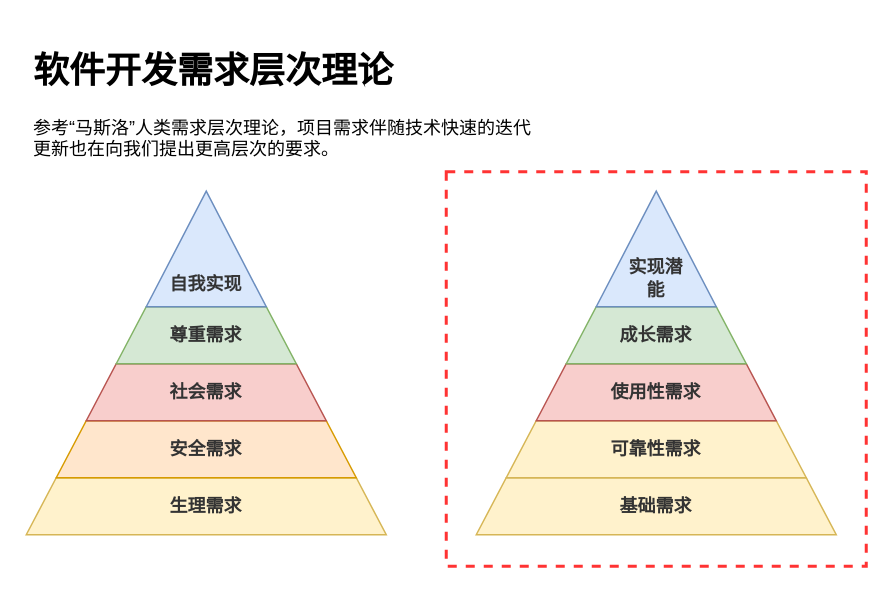
Above: 低代码—用户需求.drawio in tangyaosimida/love (draw.io), before the change. Source tidied: cells renumbered, new cells numbered last; positions are measured from the earlier drawing's top-left corner, leaving out a move shared by most shapes. Both pictures are drawn from the tidied source at 150%, with x=0, y=0 at pixel (26, 40).
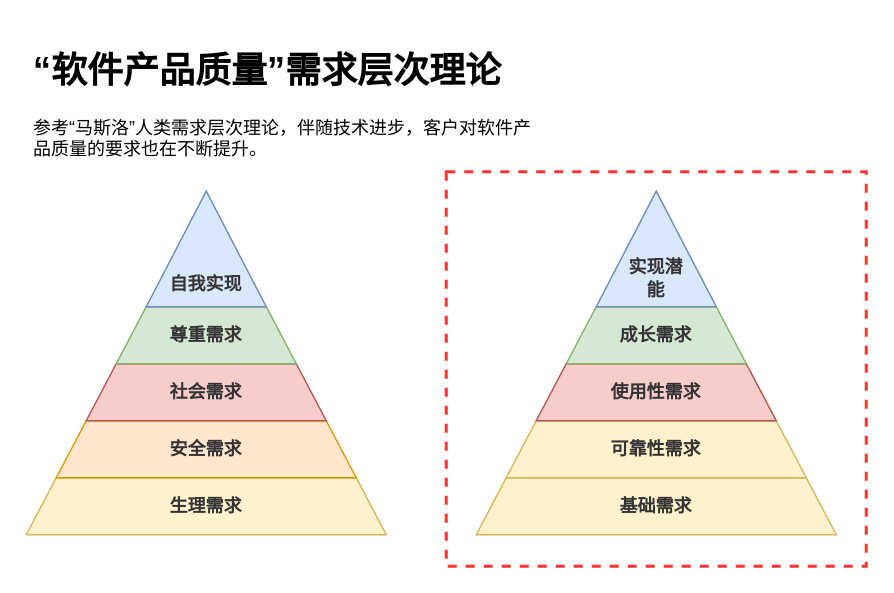
Above is the later version.

Commit message:
更新低代码—用户需求.drawio

Change to the diagram source:
```diff
@@
 <mxGraphModel>
   <root>
     <mxCell id="0" />
     <mxCell id="1" parent="0" />
     <mxCell id="2" style="rounded=0;whiteSpace=wrap;html=1;fillColor=none;dashed=1;strokeColor=#FF3333;strokeWidth=2;" parent="1" vertex="1">
       <mxGeometry x="280" y="87" width="280" height="263" as="geometry" />
     </mxCell>
-    <mxCell id="3" value="&lt;h1&gt;软件开发需求层次理论&lt;/h1&gt;&lt;div&gt;参考“马斯洛”人类需求层次理论，项目需求伴随技术快速的迭代更新也在向我们提出更高层次的要求。&lt;/div&gt;" style="text;html=1;spacing=5;spacingTop=-20;whiteSpace=wrap;overflow=hidden;rounded=0;" parent="1" vertex="1">
+    <mxCell id="3" value="&lt;h1&gt;“软件产品质量”需求层次理论&lt;/h1&gt;&lt;div&gt;参考“马斯洛”人类需求层次理论，伴随技术进步，客户对软件产品质量的要求也在不断提升。&lt;/div&gt;" style="text;html=1;spacing=5;spacingTop=-20;whiteSpace=wrap;overflow=hidden;rounded=0;" parent="1" vertex="1">
       <mxGeometry width="350" height="100" as="geometry" />
     </mxCell>
     <mxCell id="4" value="生理需求" style="shape=trapezoid;perimeter=trapezoidPerimeter;whiteSpace=wrap;html=1;fixedSize=1;fillColor=#fff2cc;strokeColor=#d6b656;fontStyle=1;fontColor=#333333;fontSize=12;" parent="1" vertex="1">
       <mxGeometry y="291" width="240" height="38" as="geometry" />
     </mxCell>
     <mxCell id="5" value="安全需求" style="shape=trapezoid;perimeter=trapezoidPerimeter;whiteSpace=wrap;html=1;fixedSize=1;fillColor=#ffe6cc;strokeColor=#d79b00;fontStyle=1;fontColor=#333333;fontSize=12;" parent="1" vertex="1">
       <mxGeometry x="20" y="253" width="200" height="38" as="geometry" />
     </mxCell>
     <mxCell id="6" value="社会需求" style="shape=trapezoid;perimeter=trapezoidPerimeter;whiteSpace=wrap;html=1;fixedSize=1;fillColor=#f8cecc;strokeColor=#b85450;fontStyle=1;fontColor=#333333;fontSize=12;" parent="1" vertex="1">
       <mxGeometry x="40" y="215" width="160" height="38" as="geometry" />
     </mxCell>
     <mxCell id="7" value="尊重需求" style="shape=trapezoid;perimeter=trapezoidPerimeter;whiteSpace=wrap;html=1;fixedSize=1;fillColor=#d5e8d4;strokeColor=#82b366;fontStyle=1;fontColor=#333333;fontSize=12;" parent="1" vertex="1">
       <mxGeometry x="60" y="177" width="120" height="38" as="geometry" />
     </mxCell>
     <mxCell id="8" style="verticalLabelPosition=bottom;verticalAlign=top;html=1;shape=mxgraph.basic.acute_triangle;dx=0.5;fillColor=#dae8fc;strokeColor=#6c8ebf;fontColor=#333333;" parent="1" vertex="1">
       <mxGeometry x="80" y="100" width="80" height="77" as="geometry" />
     </mxCell>
     <mxCell id="9" value="基础需求" style="shape=trapezoid;perimeter=trapezoidPerimeter;whiteSpace=wrap;html=1;fixedSize=1;fillColor=#fff2cc;strokeColor=#d6b656;fontStyle=1;fontColor=#333333;fontSize=12;" parent="1" vertex="1">
       <mxGeometry x="300" y="291" width="240" height="38" as="geometry" />
     </mxCell>
     <mxCell id="10" value="可靠性需求" style="shape=trapezoid;perimeter=trapezoidPerimeter;whiteSpace=wrap;html=1;fixedSize=1;fillColor=#fff2cc;strokeColor=#d6b656;fontStyle=1;fontColor=#333333;fontSize=12;" parent="1" vertex="1">
       <mxGeometry x="320" y="253" width="200" height="38" as="geometry" />
     </mxCell>
     <mxCell id="11" value="使用性需求" style="shape=trapezoid;perimeter=trapezoidPerimeter;whiteSpace=wrap;html=1;fixedSize=1;fillColor=#f8cecc;strokeColor=#b85450;fontStyle=1;fontColor=#333333;fontSize=12;" parent="1" vertex="1">
       <mxGeometry x="340" y="215" width="160" height="38" as="geometry" />
     </mxCell>
     <mxCell id="12" value="成长需求" style="shape=trapezoid;perimeter=trapezoidPerimeter;whiteSpace=wrap;html=1;fixedSize=1;fillColor=#d5e8d4;strokeColor=#82b366;fontStyle=1;fontColor=#333333;fontSize=12;" parent="1" vertex="1">
       <mxGeometry x="360" y="177" width="120" height="38" as="geometry" />
     </mxCell>
     <mxCell id="13" style="verticalLabelPosition=bottom;verticalAlign=top;html=1;shape=mxgraph.basic.acute_triangle;dx=0.5;fillColor=#dae8fc;strokeColor=#6c8ebf;fontColor=#333333;" parent="1" vertex="1">
       <mxGeometry x="380" y="100" width="80" height="77" as="geometry" />
     </mxCell>
     <mxCell id="14" value="自我实现" style="text;html=1;align=center;verticalAlign=middle;whiteSpace=wrap;rounded=0;fontStyle=1;fontColor=#333333;fontSize=12;" parent="1" vertex="1">
       <mxGeometry x="90" y="147" width="60" height="30" as="geometry" />
     </mxCell>
     <mxCell id="15" value="实现潜能" style="text;html=1;align=center;verticalAlign=middle;whiteSpace=wrap;rounded=0;fontStyle=1;fontColor=#333333;fontSize=12;" parent="1" vertex="1">
       <mxGeometry x="400" y="143" width="40" height="30" as="geometry" />
     </mxCell>
   </root>
 </mxGraphModel>
```
